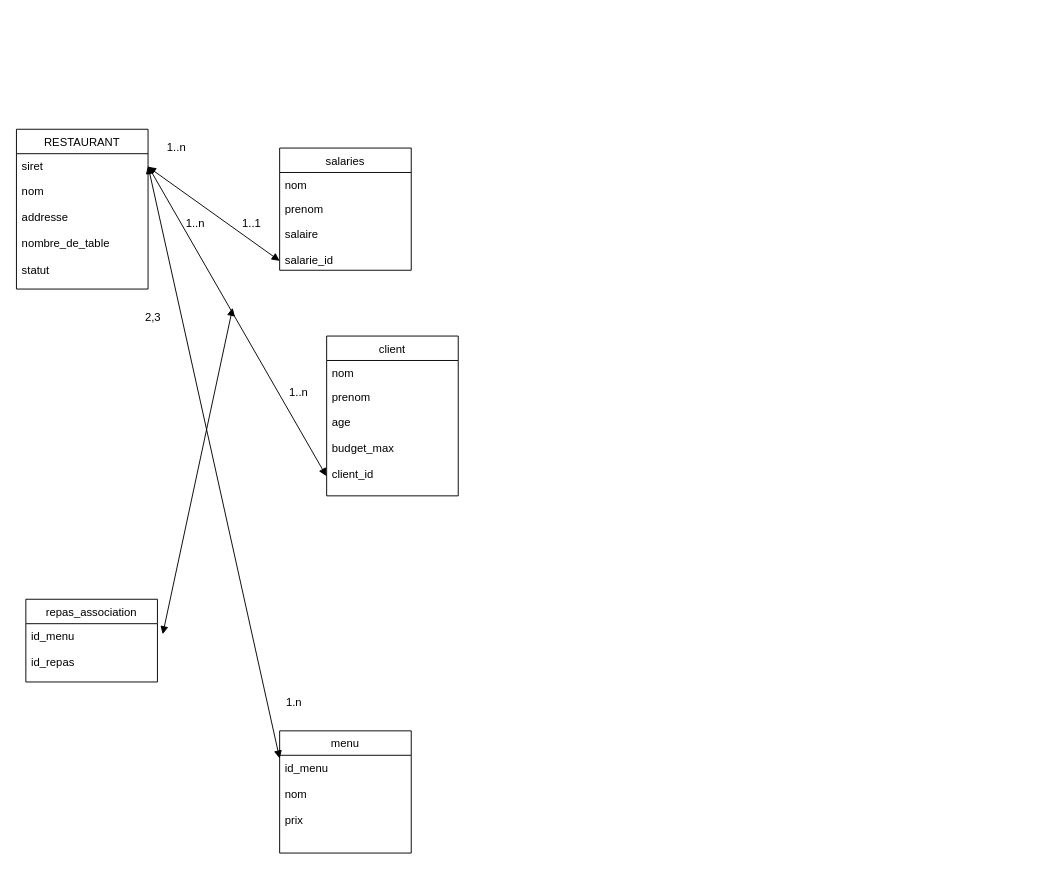
Earlier version of the draw.io diagram Exercice 2 - Cours big data.drawio (redgears33/AN21-courses). Source tidied: cells renumbered, new cells numbered last; positions are measured from the earlier drawing's top-left corner, leaving out a move shared by most shapes. Both pictures are drawn from the tidied source at 94%, with x=0, y=0 at pixel (16, 129).
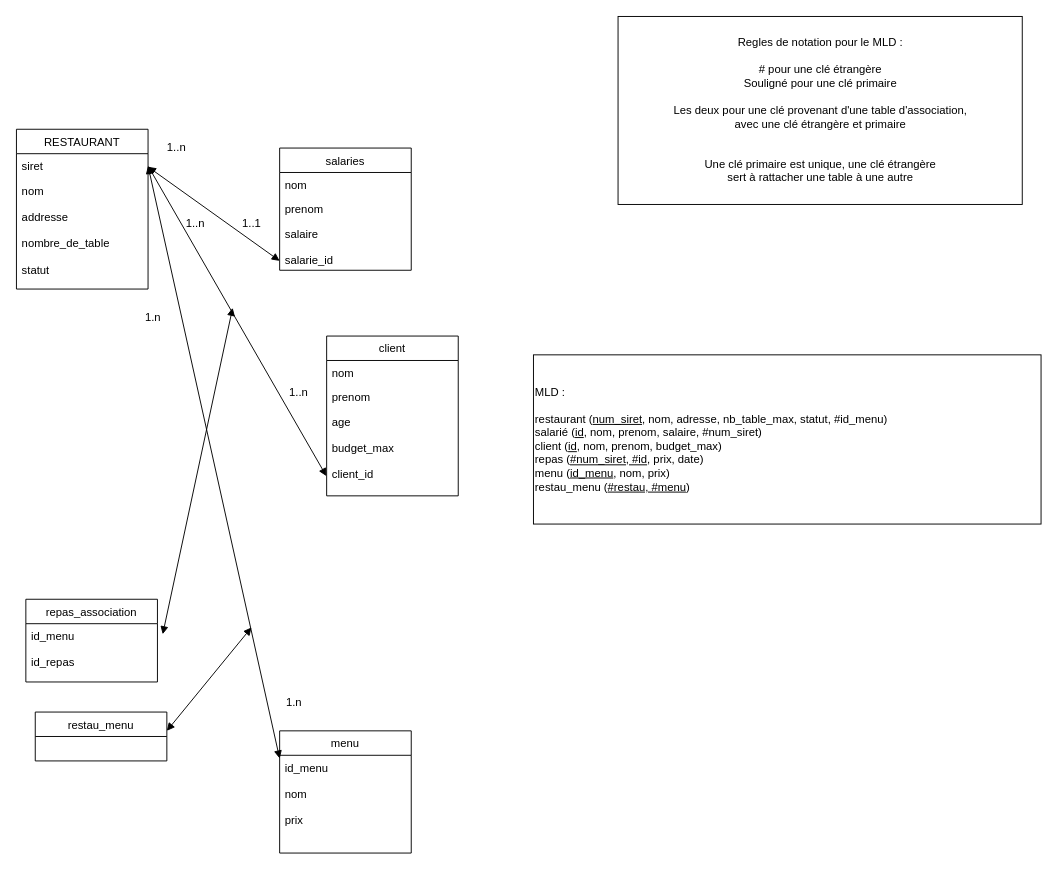
The same diagram, later.

Diff of the diagram source:
```diff
@@
-    <mxCell id="25" value="2,3" style="text;html=1;align=center;verticalAlign=middle;" parent="1" vertex="1">
+    <mxCell id="25" value="1.n" style="text;html=1;align=center;verticalAlign=middle;" parent="1" vertex="1">
       <mxGeometry x="130" y="190" width="30" height="20" as="geometry" />
     </mxCell>
@@
+    <mxCell id="27" value="MLD :&amp;nbsp;&lt;br&gt;&lt;br&gt;restaurant (&lt;u&gt;num_siret&lt;/u&gt;, nom, adresse, nb_table_max, statut, #id_menu)&lt;br&gt;salarié (&lt;u&gt;id&lt;/u&gt;, nom, prenom, salaire, #num_siret)&lt;br&gt;client (&lt;u&gt;id&lt;/u&gt;, nom, prenom, budget_max)&lt;br&gt;repas (&lt;u&gt;#num_siret, #id&lt;/u&gt;, prix, date)&lt;br&gt;menu (&lt;u&gt;id_menu&lt;/u&gt;, nom, prix)&lt;br&gt;restau_menu (&lt;u&gt;#restau, #menu&lt;/u&gt;)" style="html=1;align=left;" parent="1" vertex="1">
+      <mxGeometry x="550" y="240" width="540" height="180" as="geometry" />
+    </mxCell>
+    <mxCell id="28" value="restau_menu" style="swimlane;fontStyle=0;horizontal=1;startSize=26;fillColor=none;" parent="1" vertex="1">
+      <mxGeometry x="20" y="620" width="140" height="52" as="geometry" />
+    </mxCell>
+    <mxCell id="29" style="endArrow=block;startArrow=block;endFill=1;startFill=1;html=1;" parent="1" edge="1">
+      <mxGeometry relative="1" as="geometry">
+        <mxPoint x="160" y="640" as="sourcePoint" />
+        <mxPoint x="250" y="530" as="targetPoint" />
+      </mxGeometry>
+    </mxCell>
+    <mxCell id="30" value="Regles de notation pour le MLD :&lt;br&gt;&lt;br&gt;# pour une clé étrangère&lt;br&gt;Souligné pour une clé primaire&lt;br&gt;&lt;br&gt;Les deux pour une clé provenant d'une table d'association,&lt;br&gt;avec une clé étrangère et primaire&lt;br&gt;&lt;br&gt;&lt;br&gt;Une clé primaire est unique, une clé étrangère &lt;br&gt;sert à rattacher une table à une autre" style="html=1;" parent="1" vertex="1">
+      <mxGeometry x="640" y="-120" width="430" height="200" as="geometry" />
+    </mxCell>
```
